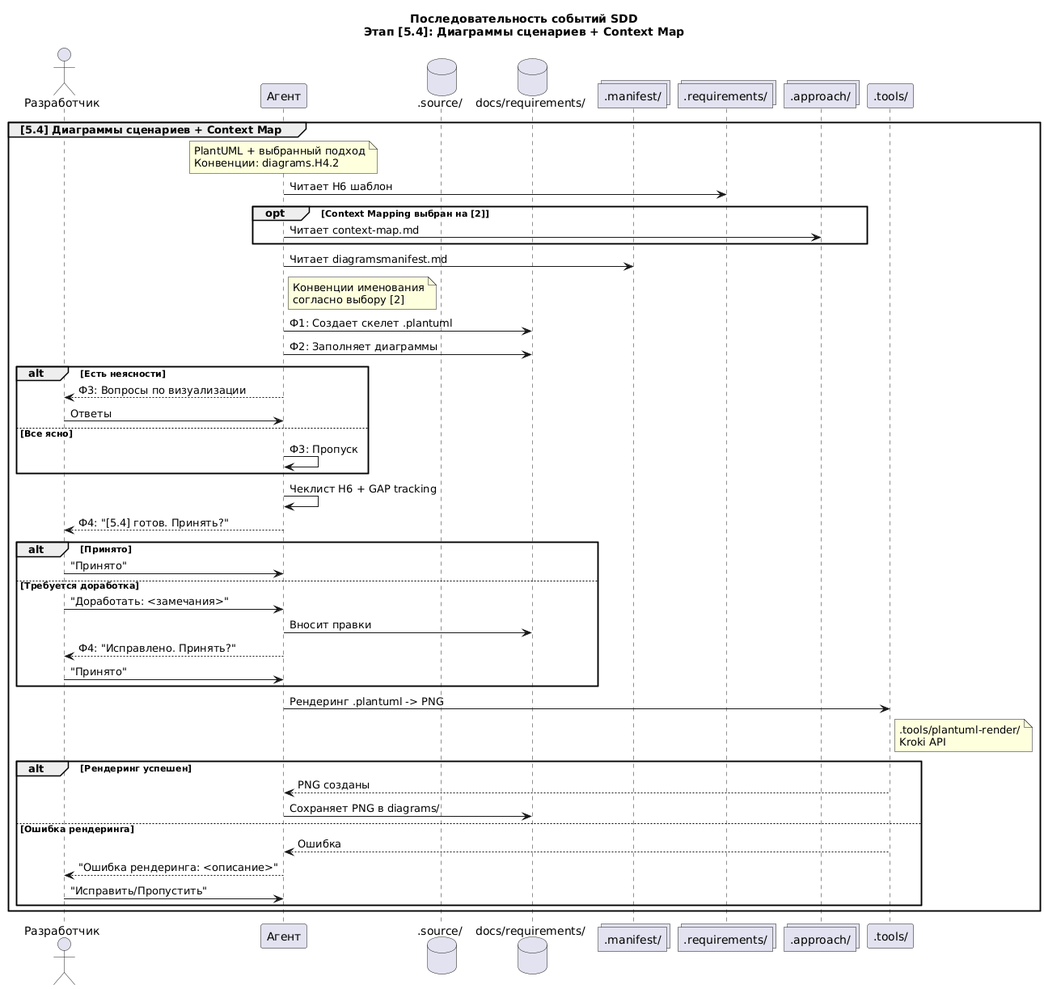
The PlantUML diagram .diagrams/SDD-Sequence-10.png in Druk83/sdd-template, before a commit. The source it was exported from:
```plantuml
@startuml SDD-Sequence-10-Stage5-4
    title Последовательность событий SDD\nЭтап [5.4]: Диаграммы сценариев + Context Map

    actor "Разработчик" as Dev
    participant "Агент" as Agent
    database ".source/" as Source
    database "docs/requirements/" as Docs
    collections ".manifest/" as Manifest
    collections ".requirements/" as Templates
    collections ".approach/" as Approach
    participant ".tools/" as Tools


    group [5.4] Диаграммы сценариев + Context Map
        note over Agent
        PlantUML + выбранный подход
        Конвенции: diagrams.H4.2
        end note
        Agent -> Templates: Читает H6 шаблон
        opt Context Mapping выбран на [2]
            Agent -> Approach: Читает context-map.md
        end
        Agent -> Manifest: Читает diagramsmanifest.md
        note right of Agent: Конвенции именования\nсогласно выбору [2]
        Agent -> Docs: Ф1: Создает скелет .plantuml
        Agent -> Docs: Ф2: Заполняет диаграммы
        alt Есть неясности
            Agent --> Dev: Ф3: Вопросы по визуализации
            Dev -> Agent: Ответы
        else Все ясно
            Agent -> Agent: Ф3: Пропуск
        end
        Agent -> Agent: Чеклист H6 + GAP tracking
        Agent --> Dev: Ф4: "[5.4] готов. Принять?"
        alt Принято
            Dev -> Agent: "Принято"
        else Требуется доработка
            Dev -> Agent: "Доработать: <замечания>"
            Agent -> Docs: Вносит правки
            Agent --> Dev: Ф4: "Исправлено. Принять?"
            Dev -> Agent: "Принято"
        end

        Agent -> Tools: Рендеринг .plantuml -> PNG
        note right of Tools: .tools/plantuml-render/\nKroki API
        alt Рендеринг успешен
            Tools --> Agent: PNG созданы
            Agent -> Docs: Сохраняет PNG в diagrams/
        else Ошибка рендеринга
            Tools --> Agent: Ошибка
            Agent --> Dev: "Ошибка рендеринга: <описание>"
            Dev -> Agent: "Исправить/Пропустить"
        end
    end



@enduml
```
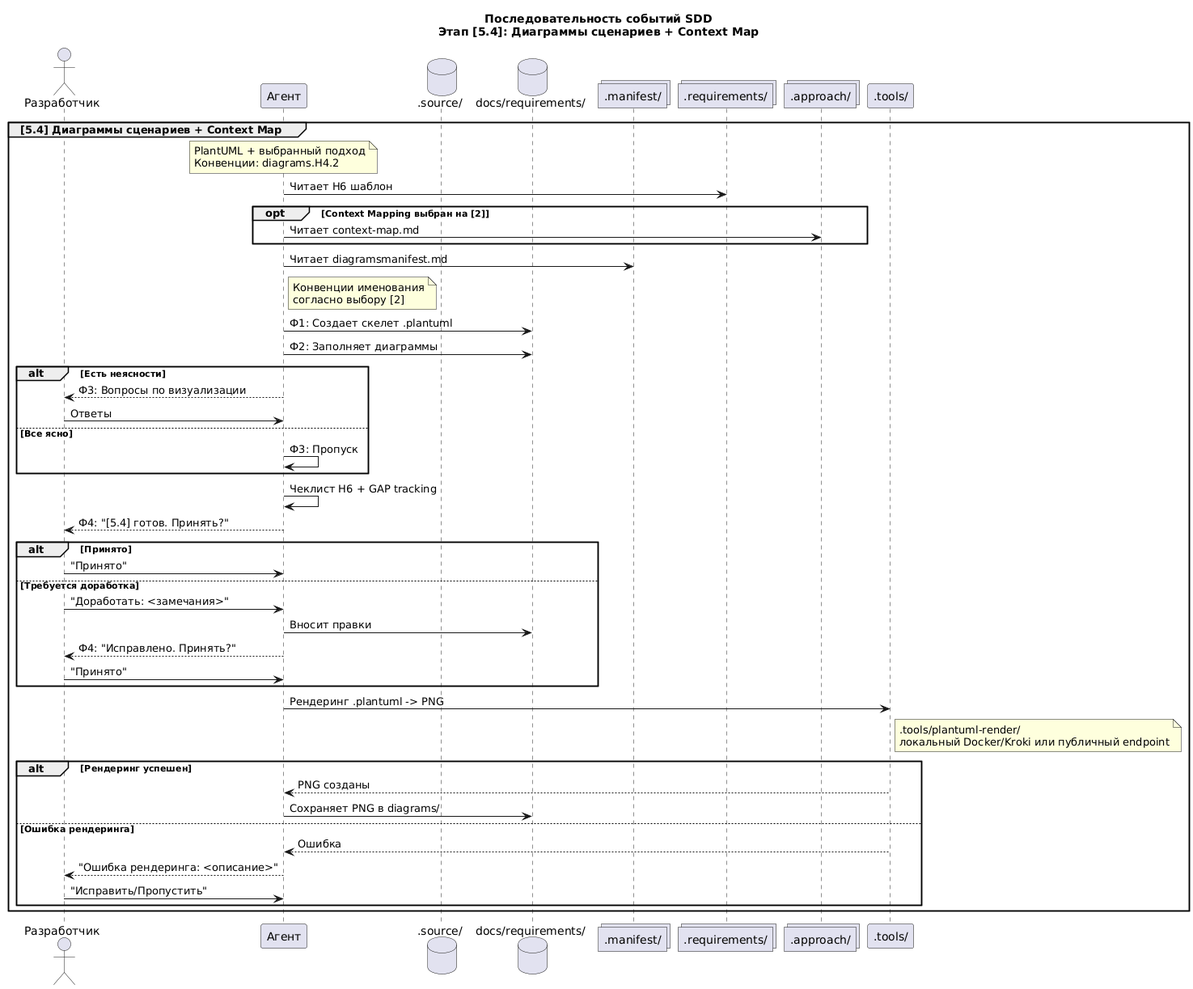
Later version of the same file.

Diff of the diagram source:
```diff
@@ -42,7 +42,7 @@
         end
 
         Agent -> Tools: Рендеринг .plantuml -> PNG
-        note right of Tools: .tools/plantuml-render/\nKroki API
+        note right of Tools: .tools/plantuml-render/\nлокальный Docker/Kroki или публичный endpoint
         alt Рендеринг успешен
             Tools --> Agent: PNG созданы
             Agent -> Docs: Сохраняет PNG в diagrams/
```
